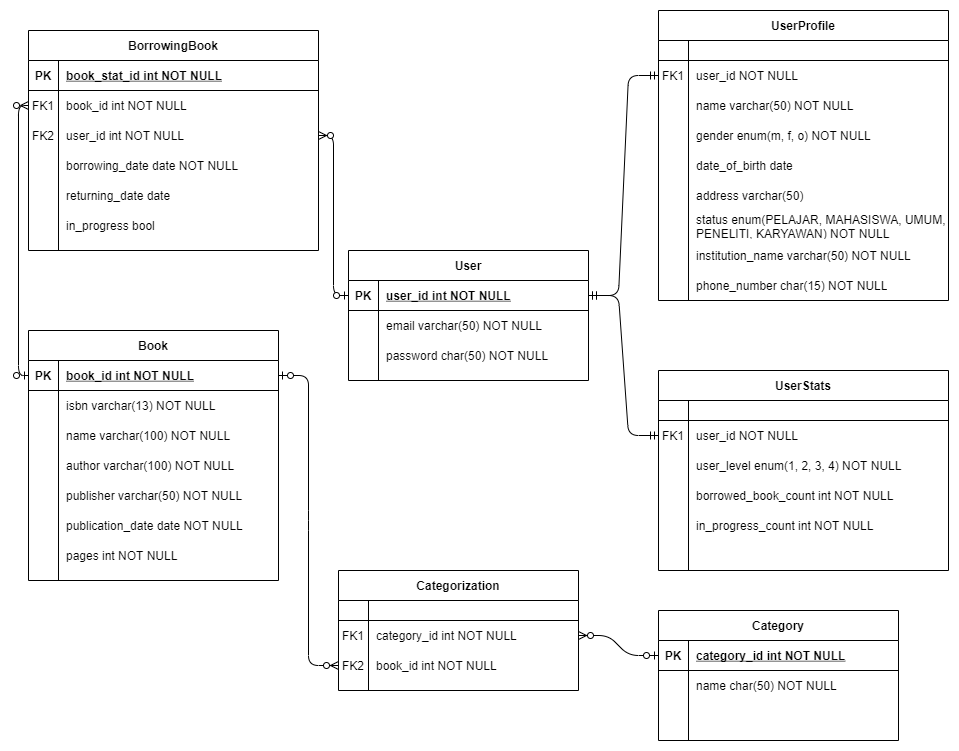
Earlier version of the draw.io export public/img/database_scheme.png (praktikum-tiunpad-2021/proyek-web-asal-in). Source tidied: cells renumbered, new cells last; positions are measured from the earlier drawing's top-left corner, leaving out a move shared by most shapes.
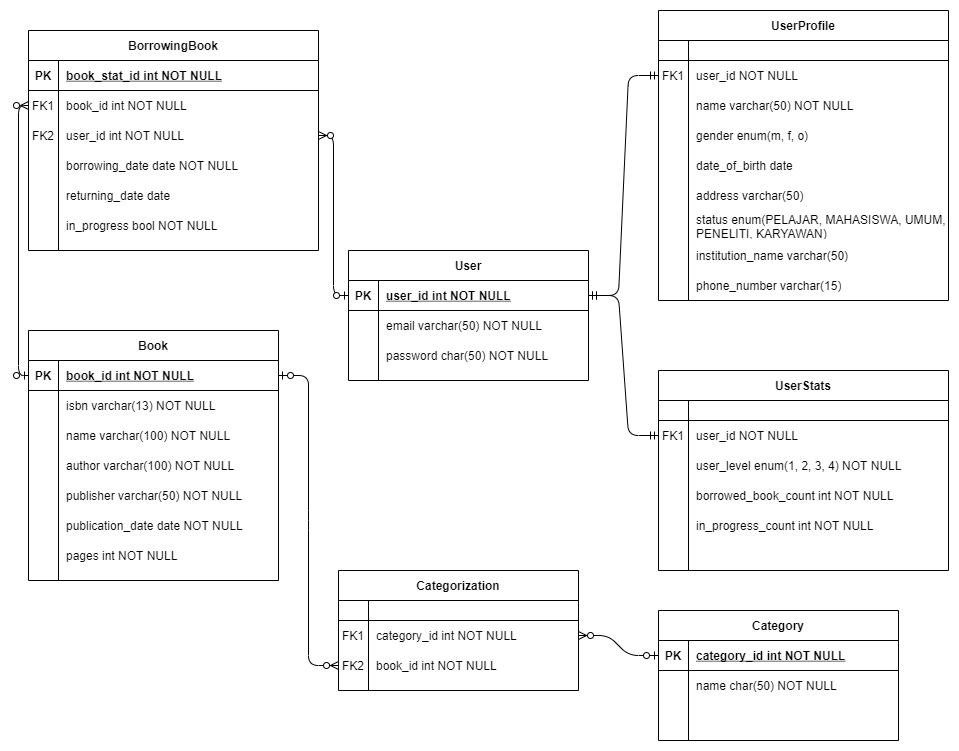
After the commit.

Change to the diagram source:
```diff
@@ -104,7 +104,7 @@
     <mxCell id="35" style="shape=partialRectangle;overflow=hidden;fillColor=none;top=0;left=0;bottom=0;right=0;" parent="34" vertex="1">
       <mxGeometry width="30" height="30" as="geometry" />
     </mxCell>
-    <mxCell id="36" value="gender enum(m, f, o) NOT NULL" style="shape=partialRectangle;overflow=hidden;fillColor=none;top=0;left=0;bottom=0;right=0;align=left;spacingLeft=6;" parent="34" vertex="1">
+    <mxCell id="36" value="gender enum(m, f, o)" style="shape=partialRectangle;overflow=hidden;fillColor=none;top=0;left=0;bottom=0;right=0;align=left;spacingLeft=6;" parent="34" vertex="1">
       <mxGeometry x="30" width="260" height="30" as="geometry" />
     </mxCell>
     <mxCell id="37" style="shape=partialRectangle;fillColor=none;top=0;left=0;right=0;bottom=0;" parent="24" vertex="1">
@@ -131,7 +131,7 @@
     <mxCell id="44" style="shape=partialRectangle;overflow=hidden;fillColor=none;top=0;left=0;bottom=0;right=0;" parent="43" vertex="1">
       <mxGeometry width="30" height="30" as="geometry" />
     </mxCell>
-    <mxCell id="45" value="status enum(PELAJAR, MAHASISWA, UMUM, PENELITI, KARYAWAN) NOT NULL" style="shape=partialRectangle;overflow=hidden;fillColor=none;top=0;left=0;bottom=0;right=0;align=left;spacingLeft=6;whiteSpace=wrap;" parent="43" vertex="1">
+    <mxCell id="45" value="status enum(PELAJAR, MAHASISWA, UMUM, PENELITI, KARYAWAN)" style="shape=partialRectangle;overflow=hidden;fillColor=none;top=0;left=0;bottom=0;right=0;align=left;spacingLeft=6;whiteSpace=wrap;" parent="43" vertex="1">
       <mxGeometry x="30" width="260" height="30" as="geometry" />
     </mxCell>
     <mxCell id="46" style="shape=partialRectangle;fillColor=none;top=0;left=0;right=0;bottom=0;" parent="24" vertex="1">
@@ -140,7 +140,7 @@
     <mxCell id="47" style="shape=partialRectangle;overflow=hidden;fillColor=none;top=0;left=0;bottom=0;right=0;" parent="46" vertex="1">
       <mxGeometry width="30" height="30" as="geometry" />
     </mxCell>
-    <mxCell id="48" value="institution_name varchar(50) NOT NULL" style="shape=partialRectangle;overflow=hidden;fillColor=none;top=0;left=0;bottom=0;right=0;align=left;spacingLeft=6;whiteSpace=wrap;" parent="46" vertex="1">
+    <mxCell id="48" value="institution_name varchar(50)" style="shape=partialRectangle;overflow=hidden;fillColor=none;top=0;left=0;bottom=0;right=0;align=left;spacingLeft=6;whiteSpace=wrap;" parent="46" vertex="1">
       <mxGeometry x="30" width="260" height="30" as="geometry" />
     </mxCell>
     <mxCell id="49" style="shape=partialRectangle;fillColor=none;top=0;left=0;right=0;bottom=0;" parent="24" vertex="1">
@@ -149,7 +149,7 @@
     <mxCell id="50" style="shape=partialRectangle;overflow=hidden;fillColor=none;top=0;left=0;bottom=0;right=0;" parent="49" vertex="1">
       <mxGeometry width="30" height="30" as="geometry" />
     </mxCell>
-    <mxCell id="51" value="phone_number char(15) NOT NULL" style="shape=partialRectangle;overflow=hidden;fillColor=none;top=0;left=0;bottom=0;right=0;align=left;spacingLeft=6;whiteSpace=wrap;" parent="49" vertex="1">
+    <mxCell id="51" value="phone_number varchar(15)" style="shape=partialRectangle;overflow=hidden;fillColor=none;top=0;left=0;bottom=0;right=0;align=left;spacingLeft=6;whiteSpace=wrap;" parent="49" vertex="1">
       <mxGeometry x="30" width="260" height="30" as="geometry" />
     </mxCell>
     <mxCell id="52" value="UserStats" style="shape=table;startSize=30;rowLines=0;fontStyle=1;align=center;" parent="1" vertex="1">
@@ -284,7 +284,7 @@
     <mxCell id="95" style="shape=partialRectangle;overflow=hidden;fillColor=none;top=0;left=0;bottom=0;right=0;" parent="94" vertex="1">
       <mxGeometry width="30" height="30" as="geometry" />
     </mxCell>
-    <mxCell id="96" value="in_progress bool " style="shape=partialRectangle;overflow=hidden;fillColor=none;top=0;left=0;bottom=0;right=0;align=left;spacingLeft=6;" parent="94" vertex="1">
+    <mxCell id="96" value="in_progress bool NOT NULL" style="shape=partialRectangle;overflow=hidden;fillColor=none;top=0;left=0;bottom=0;right=0;align=left;spacingLeft=6;" parent="94" vertex="1">
       <mxGeometry x="30" width="260" height="30" as="geometry" />
     </mxCell>
     <mxCell id="97" style="edgeStyle=entityRelationEdgeStyle;fontSize=12;html=1;endArrow=ERmandOne;startArrow=ERmandOne;entryX=0;entryY=0.5;entryDx=0;entryDy=0;exitX=1;exitY=0.5;exitDx=0;exitDy=0;" parent="1" edge="1" source="69" target="56">
```
